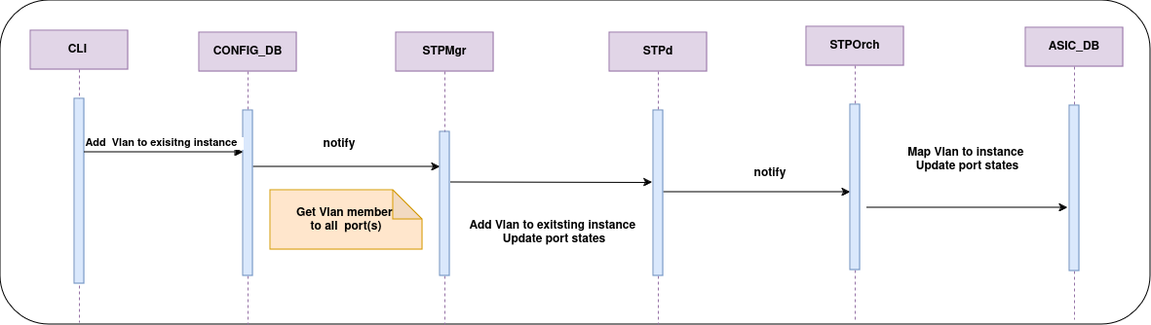
Earlier version of the draw.io export doc/MSTP/images/MSTP_Add_ExistingInstance.drawio.png (sonic-net/SONiC). Source tidied: cells renumbered, new cells last; positions are measured from the earlier drawing's top-left corner, leaving out a move shared by most shapes.
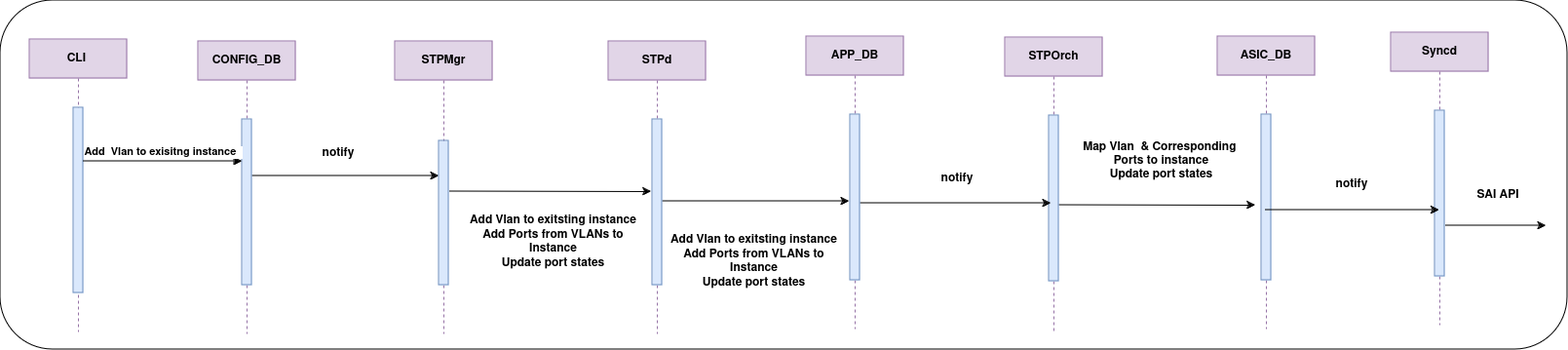
Above is the later version.

What changed in the source:
```diff
@@ -3,7 +3,7 @@
     <mxCell id="0" />
     <mxCell id="1" parent="0" />
     <mxCell id="2" style="rounded=1;whiteSpace=wrap;html=1;" parent="1" vertex="1">
-      <mxGeometry width="1180" height="333" as="geometry" />
+      <mxGeometry x="1" y="-9" width="1608" height="358" as="geometry" />
     </mxCell>
     <mxCell id="3" value="CLI&amp;nbsp;" style="shape=umlLifeline;perimeter=lifelinePerimeter;whiteSpace=wrap;html=1;newEdgeStyle={&quot;edgeStyle&quot;:&quot;elbowEdgeStyle&quot;,&quot;elbow&quot;:&quot;vertical&quot;,&quot;curved&quot;:0,&quot;rounded&quot;:0};fillColor=#e1d5e7;strokeColor=#9673a6;fontStyle=1;" parent="1" vertex="1">
       <mxGeometry x="31" y="31" width="100" height="300" as="geometry" />
@@ -59,18 +59,18 @@
     </mxCell>
     <mxCell id="15" style="edgeStyle=elbowEdgeStyle;rounded=0;orthogonalLoop=1;jettySize=auto;html=1;elbow=vertical;curved=0;fontStyle=1;" parent="1" edge="1">
       <mxGeometry relative="1" as="geometry">
-        <mxPoint x="889" y="213" as="sourcePoint" />
-        <mxPoint x="1095" y="213" as="targetPoint" />
+        <mxPoint x="1083" y="200.5" as="sourcePoint" />
+        <mxPoint x="1289" y="200.5" as="targetPoint" />
       </mxGeometry>
     </mxCell>
     <mxCell id="16" value="STPOrch" style="shape=umlLifeline;perimeter=lifelinePerimeter;whiteSpace=wrap;html=1;newEdgeStyle={&quot;edgeStyle&quot;:&quot;elbowEdgeStyle&quot;,&quot;elbow&quot;:&quot;vertical&quot;,&quot;curved&quot;:0,&quot;rounded&quot;:0};fillColor=#e1d5e7;strokeColor=#9673a6;fontStyle=1;" parent="1" vertex="1">
-      <mxGeometry x="827" y="27" width="100" height="302" as="geometry" />
+      <mxGeometry x="1032" y="29" width="100" height="302" as="geometry" />
     </mxCell>
     <mxCell id="17" style="html=1;perimeter=orthogonalPerimeter;targetShapes=umlLifeline;newEdgeStyle={&quot;edgeStyle&quot;:&quot;elbowEdgeStyle&quot;,&quot;elbow&quot;:&quot;vertical&quot;,&quot;curved&quot;:0,&quot;rounded&quot;:0};fillColor=#dae8fc;strokeColor=#6c8ebf;fontStyle=1;" parent="16" vertex="1">
       <mxGeometry x="45" y="80" width="10" height="170" as="geometry" />
     </mxCell>
     <mxCell id="18" value="ASIC_DB" style="shape=umlLifeline;perimeter=lifelinePerimeter;whiteSpace=wrap;html=1;newEdgeStyle={&quot;edgeStyle&quot;:&quot;elbowEdgeStyle&quot;,&quot;elbow&quot;:&quot;vertical&quot;,&quot;curved&quot;:0,&quot;rounded&quot;:0};fillColor=#e1d5e7;strokeColor=#9673a6;fontStyle=1;" parent="1" vertex="1">
-      <mxGeometry x="1052" y="28" width="100" height="300" as="geometry" />
+      <mxGeometry x="1250" y="28" width="100" height="300" as="geometry" />
     </mxCell>
     <mxCell id="19" style="html=1;perimeter=orthogonalPerimeter;targetShapes=umlLifeline;newEdgeStyle={&quot;edgeStyle&quot;:&quot;elbowEdgeStyle&quot;,&quot;elbow&quot;:&quot;vertical&quot;,&quot;curved&quot;:0,&quot;rounded&quot;:0};fillColor=#dae8fc;strokeColor=#6c8ebf;fontStyle=1;" parent="18" vertex="1">
       <mxGeometry x="45" y="80" width="10" height="170" as="geometry" />
@@ -79,16 +79,51 @@
       <mxGeometry x="318" y="133" width="60" height="30" as="geometry" />
     </mxCell>
     <mxCell id="21" value="notify" style="text;html=1;align=center;verticalAlign=middle;whiteSpace=wrap;rounded=0;fontStyle=1;" parent="1" vertex="1">
-      <mxGeometry x="760" y="163" width="60" height="30" as="geometry" />
+      <mxGeometry x="953" y="159" width="60" height="30" as="geometry" />
     </mxCell>
-    <mxCell id="22" value="Get Vlan member&amp;nbsp;&lt;div&gt;to&amp;nbsp;&lt;span style=&quot;background-color: initial;&quot;&gt;all&amp;nbsp;&amp;nbsp;&lt;/span&gt;&lt;span style=&quot;background-color: initial;&quot;&gt;port(s)&lt;/span&gt;&lt;/div&gt;" style="shape=note;whiteSpace=wrap;html=1;backgroundOutline=1;darkOpacity=0.05;fillColor=#ffe6cc;strokeColor=#d79b00;fontStyle=1;" parent="1" vertex="1">
-      <mxGeometry x="277" y="195" width="156" height="61" as="geometry" />
-    </mxCell>
-    <mxCell id="23" value="&lt;div&gt;Add Vlan to exitsting instance&amp;nbsp;&lt;/div&gt;&lt;div&gt;Update port states&lt;/div&gt;" style="text;html=1;align=center;verticalAlign=middle;whiteSpace=wrap;rounded=0;fontStyle=1;" parent="1" vertex="1">
+    <mxCell id="23" value="&lt;div&gt;Add Vlan to exitsting instance&lt;/div&gt;&lt;div&gt;Add Ports from VLANs to Instance &lt;br&gt;&lt;/div&gt;&lt;div&gt;Update port states&lt;/div&gt;" style="text;html=1;align=center;verticalAlign=middle;whiteSpace=wrap;rounded=0;fontStyle=1;" parent="1" vertex="1">
       <mxGeometry x="476" y="202" width="185" height="74" as="geometry" />
     </mxCell>
-    <mxCell id="24" value="&lt;div&gt;Map Vlan to instance&amp;nbsp;&lt;/div&gt;&lt;div&gt;Update port states&lt;/div&gt;" style="text;html=1;align=center;verticalAlign=middle;whiteSpace=wrap;rounded=0;fontStyle=1;" parent="1" vertex="1">
-      <mxGeometry x="900" y="127" width="185" height="74" as="geometry" />
+    <mxCell id="24" value="&lt;div&gt;Map Vlan&amp;nbsp; &amp;amp; Corresponding&amp;nbsp; Ports to instance &lt;br&gt;&lt;/div&gt;&lt;div&gt;Update port states&lt;/div&gt;" style="text;html=1;align=center;verticalAlign=middle;whiteSpace=wrap;rounded=0;fontStyle=1;" parent="1" vertex="1">
+      <mxGeometry x="1100" y="119" width="185" height="74" as="geometry" />
     </mxCell>
+    <mxCell id="25" style="edgeStyle=elbowEdgeStyle;rounded=0;orthogonalLoop=1;jettySize=auto;html=1;elbow=vertical;curved=0;fontStyle=1;" parent="1" edge="1">
+      <mxGeometry relative="1" as="geometry">
+        <mxPoint x="882" y="199" as="sourcePoint" />
+        <mxPoint x="1079" y="199" as="targetPoint" />
+      </mxGeometry>
+    </mxCell>
+    <mxCell id="26" value="APP_DB" style="shape=umlLifeline;perimeter=lifelinePerimeter;whiteSpace=wrap;html=1;newEdgeStyle={&quot;edgeStyle&quot;:&quot;elbowEdgeStyle&quot;,&quot;elbow&quot;:&quot;vertical&quot;,&quot;curved&quot;:0,&quot;rounded&quot;:0};fillColor=#e1d5e7;strokeColor=#9673a6;fontStyle=1;" parent="1" vertex="1">
+      <mxGeometry x="828" y="28" width="100" height="300" as="geometry" />
+    </mxCell>
+    <mxCell id="27" style="html=1;perimeter=orthogonalPerimeter;targetShapes=umlLifeline;newEdgeStyle={&quot;edgeStyle&quot;:&quot;elbowEdgeStyle&quot;,&quot;elbow&quot;:&quot;vertical&quot;,&quot;curved&quot;:0,&quot;rounded&quot;:0};fillColor=#dae8fc;strokeColor=#6c8ebf;fontStyle=1;" parent="26" vertex="1">
+      <mxGeometry x="45" y="80" width="10" height="170" as="geometry" />
+    </mxCell>
+    <mxCell id="28" value="Syncd" style="shape=umlLifeline;perimeter=lifelinePerimeter;whiteSpace=wrap;html=1;outlineConnect=0;portConstraint=eastwest;newEdgeStyle={&quot;edgeStyle&quot;:&quot;elbowEdgeStyle&quot;,&quot;elbow&quot;:&quot;vertical&quot;,&quot;curved&quot;:0,&quot;rounded&quot;:0};fillColor=#e1d5e7;strokeColor=#9673a6;fontStyle=1;" parent="1" vertex="1">
+      <mxGeometry x="1428" y="24" width="100" height="300" as="geometry" />
+    </mxCell>
+    <mxCell id="29" style="html=1;perimeter=orthogonalPerimeter;targetShapes=umlLifeline;newEdgeStyle={&quot;edgeStyle&quot;:&quot;elbowEdgeStyle&quot;,&quot;elbow&quot;:&quot;vertical&quot;,&quot;curved&quot;:0,&quot;rounded&quot;:0};fillColor=#dae8fc;strokeColor=#6c8ebf;fontStyle=1;" parent="28" vertex="1">
+      <mxGeometry x="45" y="80" width="10" height="170" as="geometry" />
+    </mxCell>
+    <mxCell id="30" style="edgeStyle=elbowEdgeStyle;rounded=0;jettySize=auto;html=1;elbow=vertical;curved=0;fontStyle=1;" parent="1" edge="1" target="28">
+      <mxGeometry relative="1" as="geometry">
+        <mxPoint x="1299" y="206" as="sourcePoint" />
+      </mxGeometry>
+    </mxCell>
+    <mxCell id="31" value="notify" style="text;html=1;align=center;verticalAlign=middle;whiteSpace=wrap;rounded=0;fontStyle=1;" parent="1" vertex="1">
+      <mxGeometry x="1358" y="165" width="60" height="30" as="geometry" />
+    </mxCell>
+    <mxCell id="32" style="edgeStyle=elbowEdgeStyle;rounded=0;orthogonalLoop=1;jettySize=auto;html=1;elbow=vertical;curved=0;fontStyle=1;" parent="1" edge="1">
+      <mxGeometry relative="1" as="geometry">
+        <mxPoint x="1484" y="222" as="sourcePoint" />
+        <mxPoint x="1587" y="222" as="targetPoint" />
+      </mxGeometry>
+    </mxCell>
+    <mxCell id="33" value="SAI API" style="text;html=1;align=center;verticalAlign=middle;whiteSpace=wrap;rounded=0;fontStyle=1;" parent="1" vertex="1">
+      <mxGeometry x="1508" y="176" width="60" height="30" as="geometry" />
+    </mxCell>
+    <mxCell id="34" value="&lt;div&gt;Add Vlan to exitsting instance&lt;/div&gt;&lt;div&gt;Add Ports from VLANs to Instance &lt;br&gt;&lt;/div&gt;&lt;div&gt;Update port states&lt;/div&gt;" style="text;html=1;align=center;verticalAlign=middle;whiteSpace=wrap;rounded=0;fontStyle=1;" parent="1" vertex="1">
+      <mxGeometry x="682" y="222" width="185" height="74" as="geometry" />
+    </mxCell>
   </root>
 </mxGraphModel>
```
